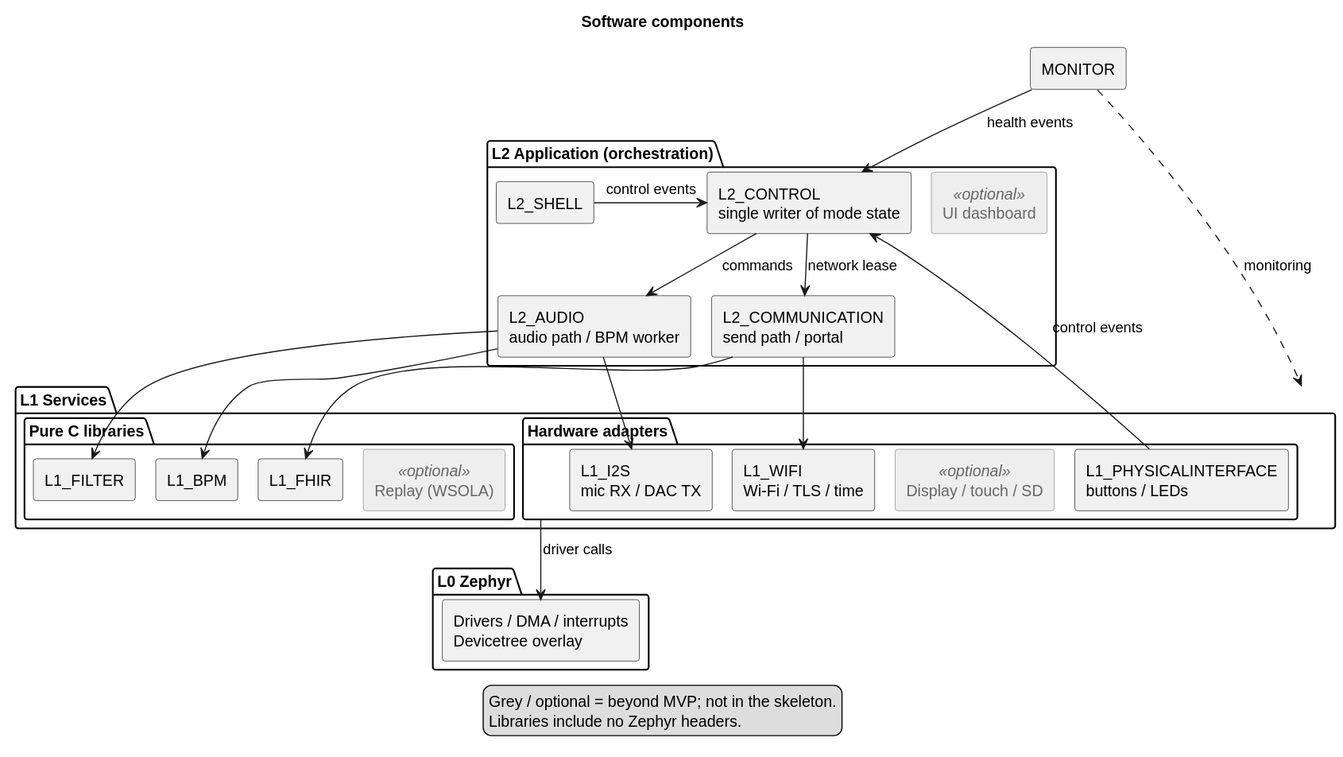
Earlier version of the PlantUML export Development/system/architecture/rendered/software_components.svg (DemonicPsychoII/DigitalStethoscope).
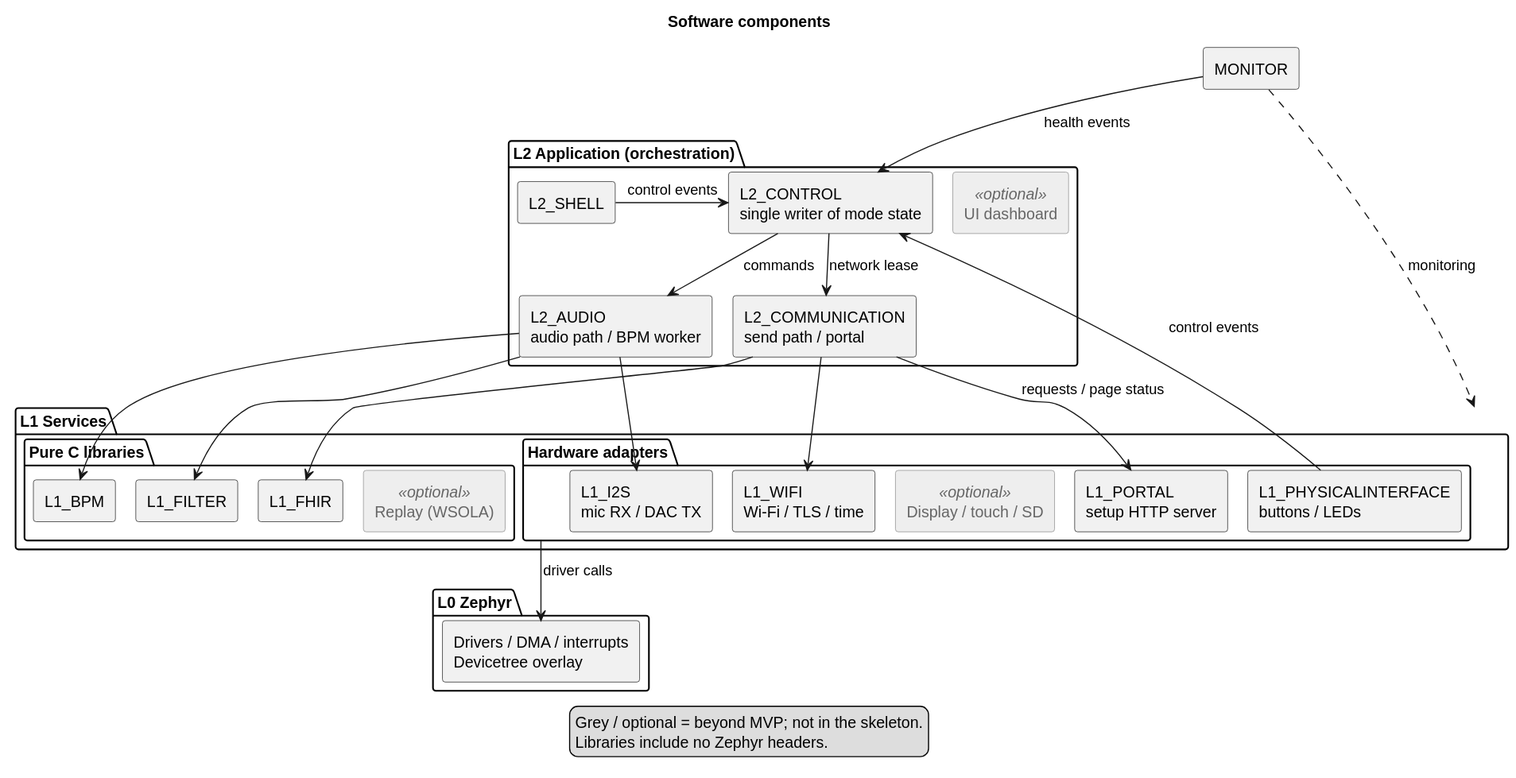
Later version of the same file.

Commit message:
feat: add Wi-Fi and portal service contracts

What changed in the source:
```diff
@@ -30,6 +30,7 @@
   component "L1_PHYSICALINTERFACE\nbuttons / LEDs" as phy
   component "L1_I2S\nmic RX / DAC TX" as i2s
   component "L1_WIFI\nWi-Fi / TLS / time" as wifi
+  component "L1_PORTAL\nsetup HTTP server" as portal
   component "Display / touch / SD" as spi <<optional>>
   phy -[hidden]right-> i2s
   i2s -[hidden]right-> wifi
@@ -56,6 +57,7 @@
 aud -down-> filter
 aud -down-> bpm
 com -down-> fhir
+com -down-> portal : requests / page status
 com -down-> wifi
 adapters -down-> zephyr : driver calls
 mon -down-> ctl : health events
```
